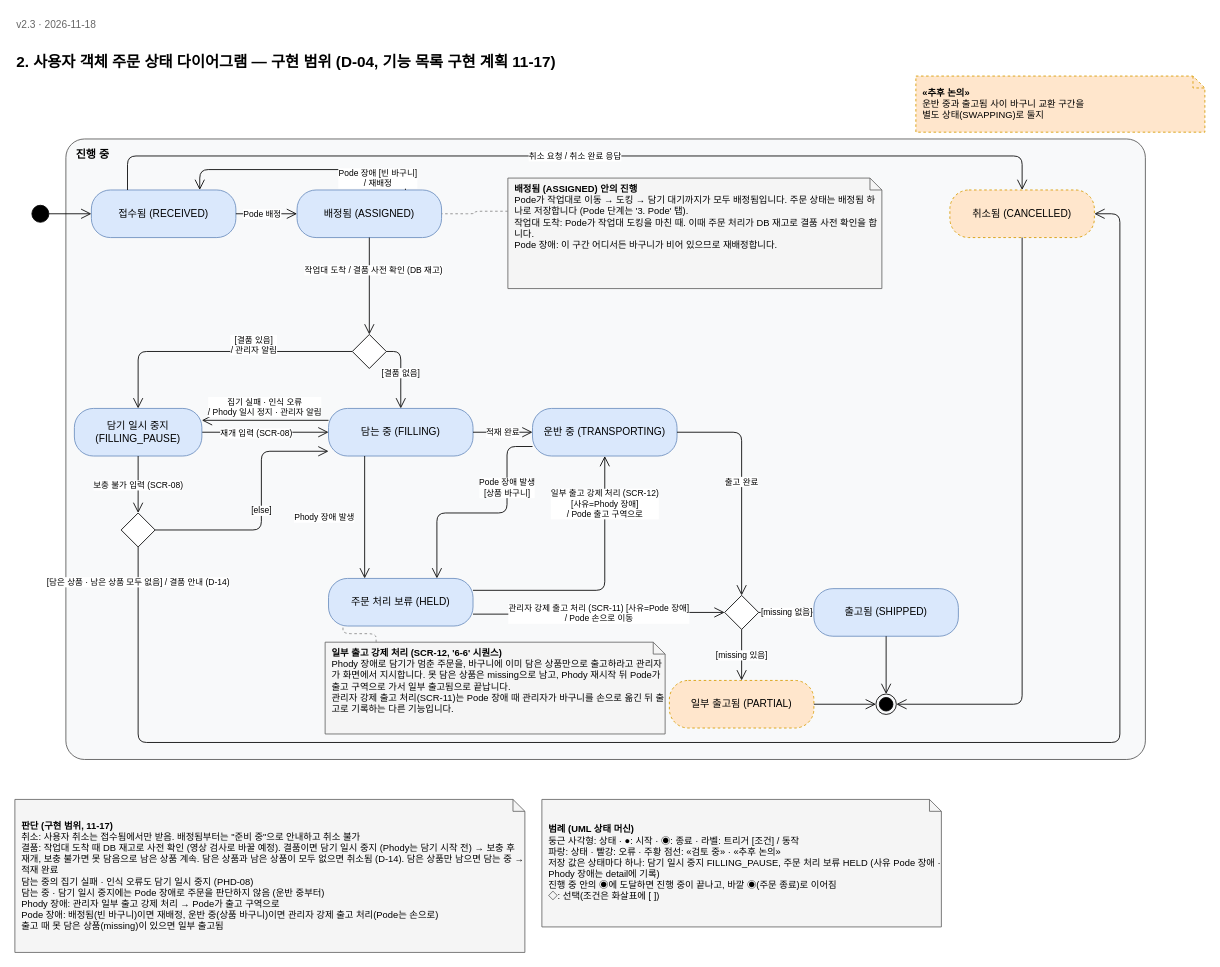
The draw.io diagram page "2. 주문" (3 of 14) of design/diagrams/IFP_다이어그램.drawio in addinedu-roscamp-16th/roscamp-repo-2, before the edit. Source tidied: cells renumbered, new cells numbered last; positions are measured from the earlier drawing's top-left corner, leaving out a move shared by most shapes. Both pictures are drawn from the tidied source at 85%, with x=0, y=0 at pixel (14, 14).
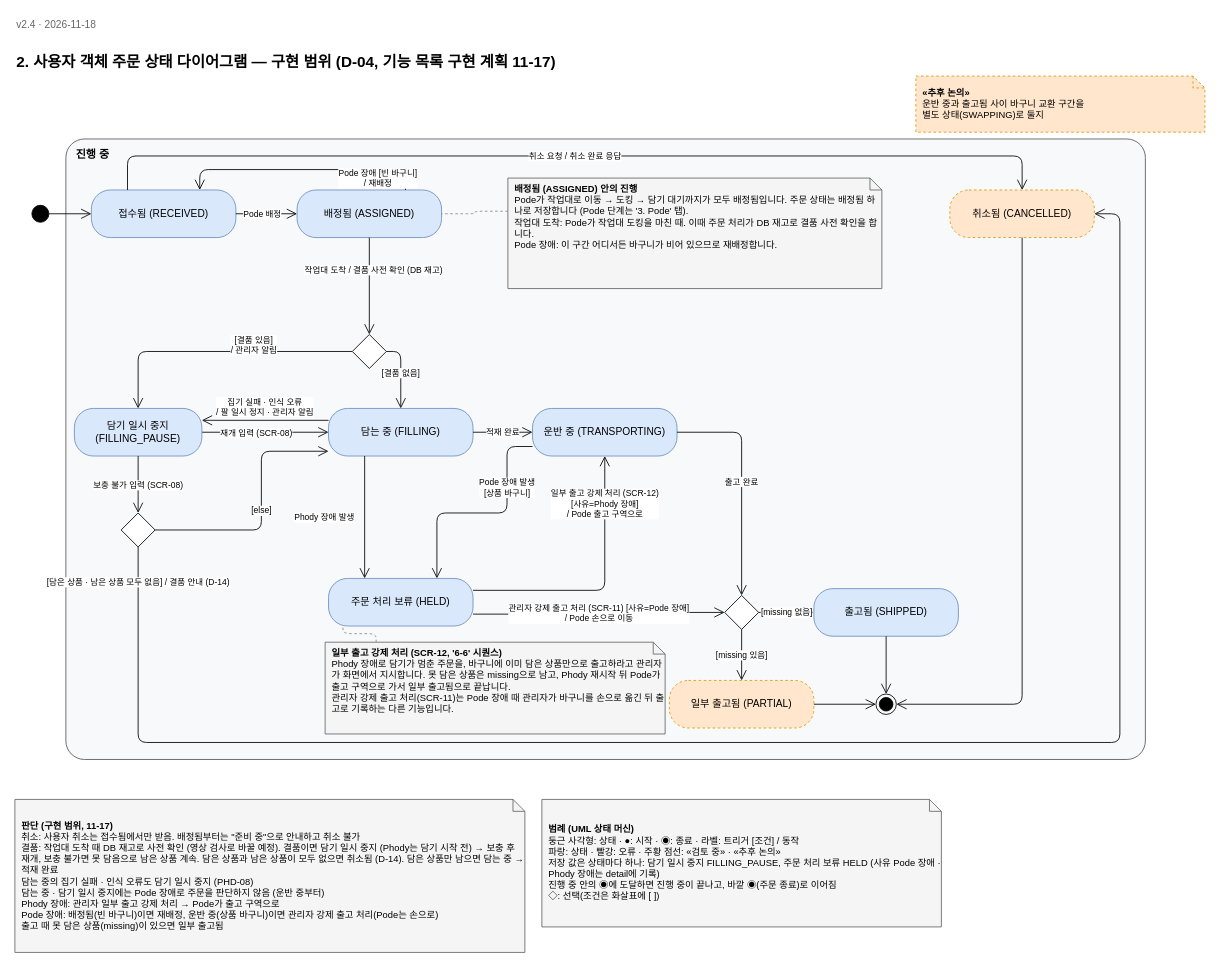
The same page after the edit.

Unchanged cells that the change refers to:
```xml
<mxCell id="7" value="담는 중 (FILLING)" style="rounded=1;arcSize=40;whiteSpace=wrap;html=1;fillColor=#dae8fc;strokeColor=#6c8ebf;fontSize=12;" parent="1" vertex="1">
  <mxGeometry x="369" y="463" width="170" height="56" as="geometry" />
</mxCell>
<mxCell id="24" value="담기 일시 중지 (FILLING_PAUSE)" style="rounded=1;arcSize=40;whiteSpace=wrap;html=1;fillColor=#dae8fc;strokeColor=#6c8ebf;fontSize=12;" parent="1" vertex="1">
  <mxGeometry x="70" y="463" width="150" height="56" as="geometry" />
</mxCell>
```

The edit, as a diff of the source:
```diff
@@
-    <mxCell id="18" value="집기 실패 · 인식 오류&lt;br&gt;/ Phody 일시 정지 · 관리자 알림" style="edgeStyle=orthogonalEdgeStyle;rounded=1;html=1;endArrow=open;endSize=10;fontSize=10;labelBackgroundColor=#ffffff;exitX=0;exitY=0.25;exitDx=0;exitDy=0;entryX=1;entryY=0.25;entryDx=0;entryDy=0;" parent="1" edge="1" source="7" target="24">
+    <mxCell id="18" value="집기 실패 · 인식 오류&lt;br&gt;/ 팔 일시 정지 · 관리자 알림" style="edgeStyle=orthogonalEdgeStyle;rounded=1;html=1;endArrow=open;endSize=10;fontSize=10;labelBackgroundColor=#ffffff;exitX=0;exitY=0.25;exitDx=0;exitDy=0;entryX=1;entryY=0.25;entryDx=0;entryDy=0;" parent="1" edge="1" source="7" target="24">
       <mxGeometry relative="1" as="geometry">
         <mxPoint y="-16" as="offset" />
       </mxGeometry>
     </mxCell>
@@
-    <mxCell id="27" value="v2.3 · 2026-11-18" style="text;html=1;fontSize=12;fontColor=#666666;align=left;verticalAlign=middle;" parent="1" vertex="1">
+    <mxCell id="27" value="v2.4 · 2026-11-18" style="text;html=1;fontSize=12;fontColor=#666666;align=left;verticalAlign=middle;" parent="1" vertex="1">
       <mxGeometry width="200" height="24" as="geometry" />
     </mxCell>
```
